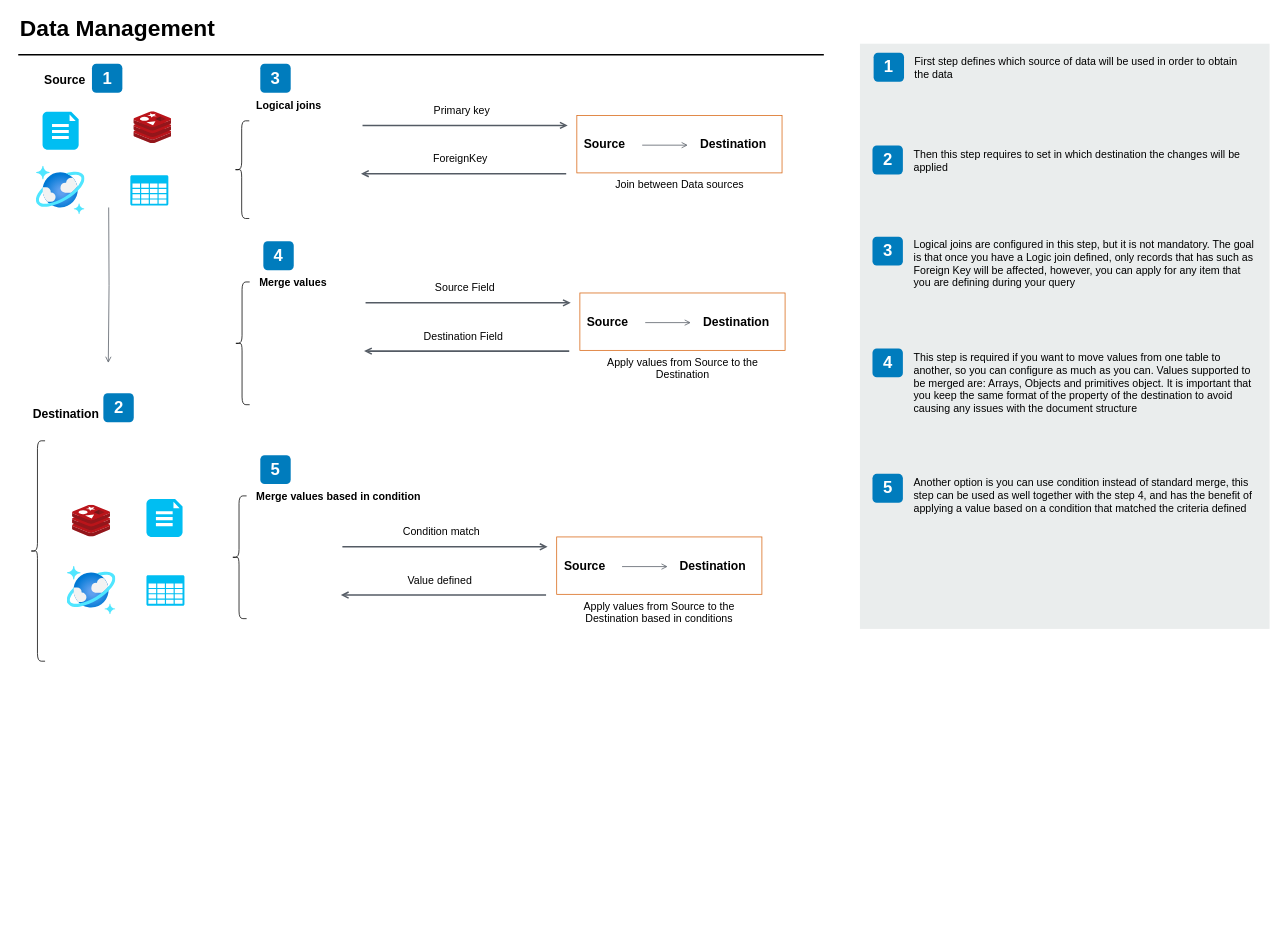
The draw.io diagram DataManagementDesign.drawio in AlexandreYembo/DataManager, before the edit. Source tidied: cells renumbered, new cells numbered last; positions are measured from the earlier drawing's top-left corner, leaving out a move shared by most shapes. Both pictures are drawn from the tidied source at 76%, with x=0, y=0 at pixel (17, 13).
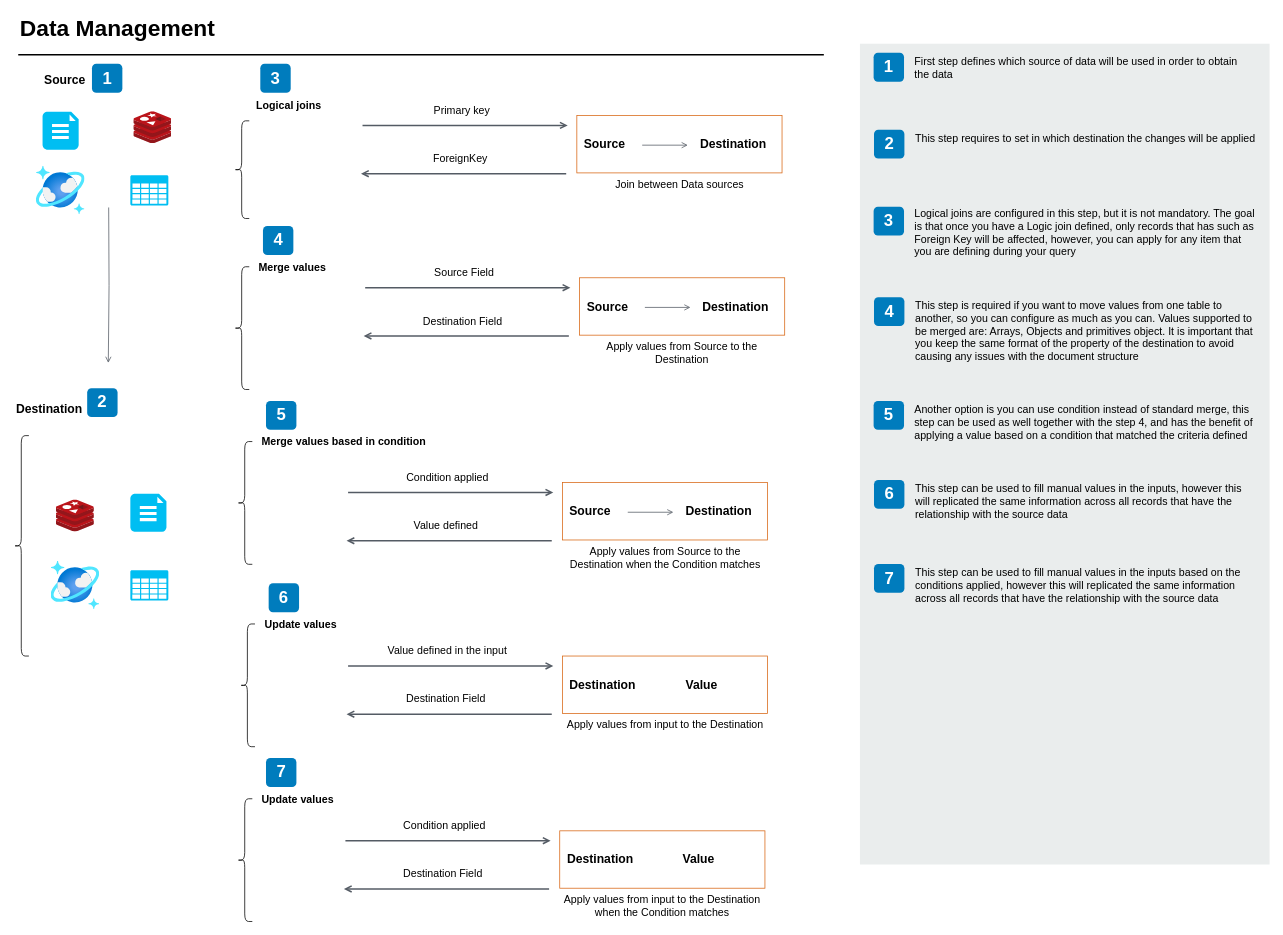
The same diagram, later.

Change to the diagram source:
```diff
@@
     <mxCell id="15" value="Destination" style="text;html=1;align=left;verticalAlign=top;spacingTop=-4;fontSize=16;fontStyle=1;" parent="1" vertex="1">
-      <mxGeometry x="17.5" y="515" width="110" height="30" as="geometry" />
+      <mxGeometry x="-3.8" y="508.2" width="110" height="30" as="geometry" />
     </mxCell>
     <mxCell id="16" style="shape=curlyBracket;whiteSpace=wrap;html=1;rounded=1;fontSize=14;" parent="1" vertex="1">
-      <mxGeometry x="15.8" y="562.5" width="20" height="290" as="geometry" />
+      <mxGeometry x="-5.5" y="555.7" width="20" height="290" as="geometry" />
     </mxCell>
@@
     <mxCell id="18" style="rounded=0;whiteSpace=wrap;html=1;fillColor=#EAEDED;fontSize=22;fontColor=#FFFFFF;strokeColor=none;labelBackgroundColor=none;" parent="1" vertex="1">
-      <mxGeometry x="1108" y="40" width="539" height="770" as="geometry" />
+      <mxGeometry x="1108" y="40" width="539" height="1080" as="geometry" />
     </mxCell>
@@
     <mxCell id="20" value="2" style="rounded=1;whiteSpace=wrap;html=1;fillColor=#007CBD;strokeColor=none;fontColor=#FFFFFF;fontStyle=1;fontSize=22;labelBackgroundColor=none;" parent="1" vertex="1">
-      <mxGeometry x="1124.5" y="174" width="40" height="38" as="geometry" />
+      <mxGeometry x="1126.5" y="153.2" width="40" height="38" as="geometry" />
     </mxCell>
     <mxCell id="21" value="3" style="rounded=1;whiteSpace=wrap;html=1;fillColor=#007CBD;strokeColor=none;fontColor=#FFFFFF;fontStyle=1;fontSize=22;labelBackgroundColor=none;" parent="1" vertex="1">
-      <mxGeometry x="1124.5" y="294" width="40" height="38" as="geometry" />
+      <mxGeometry x="1126" y="254.5" width="40" height="38" as="geometry" />
     </mxCell>
     <mxCell id="22" value="4" style="rounded=1;whiteSpace=wrap;html=1;fillColor=#007CBD;strokeColor=none;fontColor=#FFFFFF;fontStyle=1;fontSize=22;labelBackgroundColor=none;" parent="1" vertex="1">
-      <mxGeometry x="1124.5" y="441" width="40" height="38" as="geometry" />
+      <mxGeometry x="1126.5" y="373.5" width="40" height="38" as="geometry" />
     </mxCell>
@@
-    <mxCell id="24" value="&lt;span&gt;Then this step requires to set in which destination the changes will be applied&lt;/span&gt;" style="text;html=1;align=left;verticalAlign=top;spacingTop=-4;fontSize=14;labelBackgroundColor=none;whiteSpace=wrap;" parent="1" vertex="1">
-      <mxGeometry x="1176.5" y="174.5" width="450" height="34.5" as="geometry" />
+    <mxCell id="24" value="&lt;span&gt;This step requires to set in which destination the changes will be applied&lt;/span&gt;" style="text;html=1;align=left;verticalAlign=top;spacingTop=-4;fontSize=14;labelBackgroundColor=none;whiteSpace=wrap;" parent="1" vertex="1">
+      <mxGeometry x="1178.5" y="153.8" width="450" height="34.5" as="geometry" />
     </mxCell>
     <mxCell id="25" value="&lt;span&gt;Logical joins are configured in this step, but it is not mandatory. The goal is that once you have a Logic join defined, only records that has such as Foreign Key will be affected, however, you can apply for any item that you are defining during your query&lt;/span&gt;" style="text;html=1;align=left;verticalAlign=top;spacingTop=-4;fontSize=14;labelBackgroundColor=none;whiteSpace=wrap;" parent="1" vertex="1">
-      <mxGeometry x="1176.5" y="292.5" width="450" height="76.5" as="geometry" />
+      <mxGeometry x="1178" y="253" width="450" height="76.5" as="geometry" />
     </mxCell>
     <mxCell id="26" value="This step is required if you want to move values from one table to another, so you can configure as much as you can. Values supported to be merged are: Arrays, Objects and primitives object. It is important that you keep the same format of the property of the destination to avoid causing any issues with the document structure" style="text;html=1;align=left;verticalAlign=top;spacingTop=-4;fontSize=14;labelBackgroundColor=none;whiteSpace=wrap;" parent="1" vertex="1">
-      <mxGeometry x="1176.5" y="441.5" width="450" height="121" as="geometry" />
+      <mxGeometry x="1178.5" y="374" width="450" height="106" as="geometry" />
     </mxCell>
@@
     <mxCell id="31" style="verticalLabelPosition=bottom;html=1;verticalAlign=top;align=center;strokeColor=none;fillColor=#00BEF2;shape=mxgraph.azure.file_2;" parent="1" vertex="1">
-      <mxGeometry x="169.2" y="639" width="47.5" height="50" as="geometry" />
+      <mxGeometry x="148" y="632.2" width="47.5" height="50" as="geometry" />
     </mxCell>
     <mxCell id="32" style="image;html=1;align=center;fontSize=12;image=img/lib/azure2/databases/Azure_Cosmos_DB.svg;" parent="1" vertex="1">
-      <mxGeometry x="64.8" y="727.5" width="64" height="64" as="geometry" />
+      <mxGeometry x="43.5" y="720.7" width="64" height="64" as="geometry" />
     </mxCell>
     <mxCell id="33" style="verticalLabelPosition=bottom;html=1;verticalAlign=top;align=center;strokeColor=none;fillColor=#00BEF2;shape=mxgraph.azure.storage;" parent="1" vertex="1">
-      <mxGeometry x="169.2" y="739.5" width="50" height="40" as="geometry" />
+      <mxGeometry x="148" y="732.7" width="50" height="40" as="geometry" />
     </mxCell>
     <mxCell id="34" style="image;sketch=0;html=1;align=center;fontSize=12;image=img/lib/mscae/Cache_Redis_Product.svg;" parent="1" vertex="1">
-      <mxGeometry x="71.8" y="647" width="50" height="42" as="geometry" />
+      <mxGeometry x="50.5" y="640.2" width="50" height="42" as="geometry" />
     </mxCell>
     <mxCell id="35" value="2" style="rounded=1;whiteSpace=wrap;html=1;fillColor=#007CBD;strokeColor=none;fontColor=#FFFFFF;fontStyle=1;fontSize=22;" parent="1" vertex="1">
-      <mxGeometry x="112.5" y="500" width="40" height="38" as="geometry" />
+      <mxGeometry x="91.2" y="493.2" width="40" height="38" as="geometry" />
     </mxCell>
     <mxCell id="36" value="Apply values from Source to the Destination" style="whiteSpace=wrap;html=1;fillColor=none;fontSize=14;fontColor=#000000;dashed=0;fontStyle=0;align=center;verticalAlign=top;strokeColor=#D86613;gradientColor=none;spacingLeft=0;labelPosition=center;verticalLabelPosition=bottom;" parent="1" vertex="1">
-      <mxGeometry x="739.5" y="368" width="270" height="75.5" as="geometry" />
+      <mxGeometry x="739" y="348" width="270" height="75.5" as="geometry" />
     </mxCell>
@@
     <mxCell id="39" value="4" style="rounded=1;whiteSpace=wrap;html=1;fillColor=#007CBD;strokeColor=none;fontColor=#FFFFFF;fontStyle=1;fontSize=22;" parent="1" vertex="1">
-      <mxGeometry x="323" y="300" width="40" height="38" as="geometry" />
+      <mxGeometry x="322.5" y="280" width="40" height="38" as="geometry" />
     </mxCell>
     <mxCell id="40" value="&lt;span&gt;Merge values&lt;/span&gt;" style="text;html=1;align=left;verticalAlign=top;spacingTop=-4;fontSize=14;fontStyle=1;" parent="1" vertex="1">
-      <mxGeometry x="315.5" y="343" width="110" height="20" as="geometry" />
+      <mxGeometry x="315" y="323" width="110" height="20" as="geometry" />
     </mxCell>
     <mxCell id="41" style="shape=curlyBracket;whiteSpace=wrap;html=1;rounded=1;fontSize=14;" parent="1" vertex="1">
-      <mxGeometry x="285" y="353.5" width="20" height="161.5" as="geometry" />
+      <mxGeometry x="284.5" y="333.5" width="20" height="161.5" as="geometry" />
     </mxCell>
     <mxCell id="42" value="&lt;span&gt;Source Field&lt;/span&gt;" style="edgeStyle=orthogonalEdgeStyle;html=1;endArrow=open;elbow=vertical;startArrow=none;endFill=0;strokeColor=#545B64;rounded=0;fontSize=14;strokeWidth=2;" parent="1" edge="1">
       <mxGeometry x="-0.04" y="20" relative="1" as="geometry">
-        <mxPoint x="457.5" y="381" as="sourcePoint" />
-        <mxPoint x="727.5" y="381" as="targetPoint" />
+        <mxPoint x="457" y="361" as="sourcePoint" />
+        <mxPoint x="727" y="361" as="targetPoint" />
       </mxGeometry>
     </mxCell>
     <mxCell id="43" value="&lt;span&gt;Destination Field&lt;/span&gt;" style="edgeStyle=orthogonalEdgeStyle;html=1;endArrow=none;elbow=vertical;startArrow=open;endFill=0;strokeColor=#545B64;rounded=0;fontSize=14;strokeWidth=2;startFill=0;" parent="1" edge="1">
       <mxGeometry x="-0.04" y="20" relative="1" as="geometry">
-        <mxPoint x="455.5" y="444.5" as="sourcePoint" />
-        <mxPoint x="725.5" y="444.5" as="targetPoint" />
+        <mxPoint x="455" y="424.5" as="sourcePoint" />
+        <mxPoint x="725" y="424.5" as="targetPoint" />
       </mxGeometry>
     </mxCell>
     <mxCell id="44" style="edgeStyle=orthogonalEdgeStyle;html=1;endArrow=open;elbow=vertical;startArrow=none;endFill=0;strokeColor=#545B64;rounded=0;fontSize=14;" parent="1" edge="1">
       <mxGeometry relative="1" as="geometry">
-        <mxPoint x="825.5" y="407" as="sourcePoint" />
-        <mxPoint x="885.5" y="407" as="targetPoint" />
+        <mxPoint x="825" y="387" as="sourcePoint" />
+        <mxPoint x="885" y="387" as="targetPoint" />
       </mxGeometry>
     </mxCell>
-    <mxCell id="45" value="Apply values from Source to the Destination based in conditions" style="whiteSpace=wrap;html=1;fillColor=none;fontSize=14;fontColor=#000000;dashed=0;fontStyle=0;align=center;verticalAlign=top;strokeColor=#D86613;gradientColor=none;spacingLeft=0;labelPosition=center;verticalLabelPosition=bottom;" parent="1" vertex="1">
-      <mxGeometry x="709" y="689" width="270" height="75.5" as="geometry" />
+    <mxCell id="45" value="Apply values from Source to the Destination when the Condition matches" style="whiteSpace=wrap;html=1;fillColor=none;fontSize=14;fontColor=#000000;dashed=0;fontStyle=0;align=center;verticalAlign=top;strokeColor=#D86613;gradientColor=none;spacingLeft=0;labelPosition=center;verticalLabelPosition=bottom;" parent="1" vertex="1">
+      <mxGeometry x="716.5" y="617.5" width="270" height="75.5" as="geometry" />
     </mxCell>
@@
     <mxCell id="48" value="5" style="rounded=1;whiteSpace=wrap;html=1;fillColor=#007CBD;strokeColor=none;fontColor=#FFFFFF;fontStyle=1;fontSize=22;" parent="1" vertex="1">
-      <mxGeometry x="319" y="581.5" width="40" height="38" as="geometry" />
+      <mxGeometry x="326.5" y="510" width="40" height="38" as="geometry" />
     </mxCell>
     <mxCell id="49" value="&lt;span&gt;Merge values based in condition&lt;/span&gt;" style="text;html=1;align=left;verticalAlign=top;spacingTop=-4;fontSize=14;fontStyle=1;" parent="1" vertex="1">
-      <mxGeometry x="311.5" y="624.5" width="240" height="20" as="geometry" />
+      <mxGeometry x="319" y="553" width="240" height="20" as="geometry" />
     </mxCell>
     <mxCell id="50" style="shape=curlyBracket;whiteSpace=wrap;html=1;rounded=1;fontSize=14;" parent="1" vertex="1">
-      <mxGeometry x="281" y="635" width="20" height="161.5" as="geometry" />
+      <mxGeometry x="288.5" y="563.5" width="20" height="161.5" as="geometry" />
     </mxCell>
-    <mxCell id="51" value="Condition match" style="edgeStyle=orthogonalEdgeStyle;html=1;endArrow=open;elbow=vertical;startArrow=none;endFill=0;strokeColor=#545B64;rounded=0;fontSize=14;strokeWidth=2;" parent="1" edge="1">
+    <mxCell id="51" value="Condition applied" style="edgeStyle=orthogonalEdgeStyle;html=1;endArrow=open;elbow=vertical;startArrow=none;endFill=0;strokeColor=#545B64;rounded=0;fontSize=14;strokeWidth=2;" parent="1" edge="1">
       <mxGeometry x="-0.04" y="20" relative="1" as="geometry">
-        <mxPoint x="427" y="702" as="sourcePoint" />
-        <mxPoint x="697" y="702" as="targetPoint" />
+        <mxPoint x="434.5" y="630.5" as="sourcePoint" />
+        <mxPoint x="704.5" y="630.5" as="targetPoint" />
       </mxGeometry>
     </mxCell>
     <mxCell id="52" value="Value defined" style="edgeStyle=orthogonalEdgeStyle;html=1;endArrow=none;elbow=vertical;startArrow=open;endFill=0;strokeColor=#545B64;rounded=0;fontSize=14;strokeWidth=2;startFill=0;" parent="1" edge="1">
       <mxGeometry x="-0.04" y="20" relative="1" as="geometry">
-        <mxPoint x="425" y="765.5" as="sourcePoint" />
-        <mxPoint x="695" y="765.5" as="targetPoint" />
+        <mxPoint x="432.5" y="694" as="sourcePoint" />
+        <mxPoint x="702.5" y="694" as="targetPoint" />
       </mxGeometry>
     </mxCell>
     <mxCell id="53" style="edgeStyle=orthogonalEdgeStyle;html=1;endArrow=open;elbow=vertical;startArrow=none;endFill=0;strokeColor=#545B64;rounded=0;fontSize=14;" parent="1" edge="1">
       <mxGeometry relative="1" as="geometry">
-        <mxPoint x="795" y="728" as="sourcePoint" />
-        <mxPoint x="855" y="728" as="targetPoint" />
+        <mxPoint x="802.5" y="656.5" as="sourcePoint" />
+        <mxPoint x="862.5" y="656.5" as="targetPoint" />
       </mxGeometry>
     </mxCell>
     <mxCell id="54" value="5" style="rounded=1;whiteSpace=wrap;html=1;fillColor=#007CBD;strokeColor=none;fontColor=#FFFFFF;fontStyle=1;fontSize=22;labelBackgroundColor=none;" parent="1" vertex="1">
-      <mxGeometry x="1124.5" y="606" width="40" height="38" as="geometry" />
+      <mxGeometry x="1126" y="510" width="40" height="38" as="geometry" />
     </mxCell>
     <mxCell id="55" value="Another option is you can use condition instead of standard merge, this step can be used as well together with the step 4, and has the benefit of applying a value based on a condition that matched the criteria defined" style="text;html=1;align=left;verticalAlign=top;spacingTop=-4;fontSize=14;labelBackgroundColor=none;whiteSpace=wrap;" parent="1" vertex="1">
-      <mxGeometry x="1176.5" y="606.5" width="450" height="121" as="geometry" />
+      <mxGeometry x="1178" y="510.5" width="450" height="69.5" as="geometry" />
     </mxCell>
+    <mxCell id="56" value="6" style="rounded=1;whiteSpace=wrap;html=1;fillColor=#007CBD;strokeColor=none;fontColor=#FFFFFF;fontStyle=1;fontSize=22;" parent="1" vertex="1">
+      <mxGeometry x="330" y="750" width="40" height="38" as="geometry" />
+    </mxCell>
+    <mxCell id="57" value="&lt;span&gt;Update values&lt;/span&gt;" style="text;html=1;align=left;verticalAlign=top;spacingTop=-4;fontSize=14;fontStyle=1;" parent="1" vertex="1">
+      <mxGeometry x="322.5" y="793" width="120" height="20" as="geometry" />
+    </mxCell>
+    <mxCell id="58" style="shape=curlyBracket;whiteSpace=wrap;html=1;rounded=1;fontSize=14;" parent="1" vertex="1">
+      <mxGeometry x="292" y="803.5" width="20" height="161.5" as="geometry" />
+    </mxCell>
+    <mxCell id="59" value="Apply values from input to the Destination" style="whiteSpace=wrap;html=1;fillColor=none;fontSize=14;fontColor=#000000;dashed=0;fontStyle=0;align=center;verticalAlign=top;strokeColor=#D86613;gradientColor=none;spacingLeft=0;labelPosition=center;verticalLabelPosition=bottom;" parent="1" vertex="1">
+      <mxGeometry x="716.5" y="845.7" width="270" height="75.5" as="geometry" />
+    </mxCell>
+    <mxCell id="60" value="Destination" style="text;html=1;align=left;verticalAlign=top;spacingTop=-4;fontSize=16;fontStyle=1;" parent="59" vertex="1">
+      <mxGeometry x="7.5" y="25.5" width="110" height="30" as="geometry" />
+    </mxCell>
+    <mxCell id="61" value="Value" style="text;html=1;align=left;verticalAlign=top;spacingTop=-4;fontSize=16;fontStyle=1;" parent="59" vertex="1">
+      <mxGeometry x="160" y="25.5" width="70" height="30" as="geometry" />
+    </mxCell>
+    <mxCell id="62" value="&lt;span&gt;Value defined in the input&lt;/span&gt;" style="edgeStyle=orthogonalEdgeStyle;html=1;endArrow=open;elbow=vertical;startArrow=none;endFill=0;strokeColor=#545B64;rounded=0;fontSize=14;strokeWidth=2;" parent="1" edge="1">
+      <mxGeometry x="-0.04" y="20" relative="1" as="geometry">
+        <mxPoint x="434.5" y="858.7" as="sourcePoint" />
+        <mxPoint x="704.5" y="858.7" as="targetPoint" />
+      </mxGeometry>
+    </mxCell>
+    <mxCell id="63" value="&lt;span&gt;Destination Field&lt;/span&gt;" style="edgeStyle=orthogonalEdgeStyle;html=1;endArrow=none;elbow=vertical;startArrow=open;endFill=0;strokeColor=#545B64;rounded=0;fontSize=14;strokeWidth=2;startFill=0;" parent="1" edge="1">
+      <mxGeometry x="-0.04" y="20" relative="1" as="geometry">
+        <mxPoint x="432.5" y="922.2" as="sourcePoint" />
+        <mxPoint x="702.5" y="922.2" as="targetPoint" />
+      </mxGeometry>
+    </mxCell>
+    <mxCell id="64" value="7" style="rounded=1;whiteSpace=wrap;html=1;fillColor=#007CBD;strokeColor=none;fontColor=#FFFFFF;fontStyle=1;fontSize=22;" parent="1" vertex="1">
+      <mxGeometry x="326.5" y="980" width="40" height="38" as="geometry" />
+    </mxCell>
+    <mxCell id="65" value="&lt;span&gt;Update values&lt;/span&gt;" style="text;html=1;align=left;verticalAlign=top;spacingTop=-4;fontSize=14;fontStyle=1;" parent="1" vertex="1">
+      <mxGeometry x="319" y="1023" width="120" height="20" as="geometry" />
+    </mxCell>
+    <mxCell id="66" style="shape=curlyBracket;whiteSpace=wrap;html=1;rounded=1;fontSize=14;" parent="1" vertex="1">
+      <mxGeometry x="288.5" y="1033.5" width="20" height="161.5" as="geometry" />
+    </mxCell>
+    <mxCell id="67" value="Apply values from input to the Destination when the Condition matches" style="whiteSpace=wrap;html=1;fillColor=none;fontSize=14;fontColor=#000000;dashed=0;fontStyle=0;align=center;verticalAlign=top;strokeColor=#D86613;gradientColor=none;spacingLeft=0;labelPosition=center;verticalLabelPosition=bottom;" parent="1" vertex="1">
+      <mxGeometry x="713" y="1075.7" width="270" height="75.5" as="geometry" />
+    </mxCell>
+    <mxCell id="68" value="Destination" style="text;html=1;align=left;verticalAlign=top;spacingTop=-4;fontSize=16;fontStyle=1;" parent="67" vertex="1">
+      <mxGeometry x="7.5" y="25.5" width="110" height="30" as="geometry" />
+    </mxCell>
+    <mxCell id="69" value="Value" style="text;html=1;align=left;verticalAlign=top;spacingTop=-4;fontSize=16;fontStyle=1;" parent="67" vertex="1">
+      <mxGeometry x="160" y="25.5" width="70" height="30" as="geometry" />
+    </mxCell>
+    <mxCell id="70" value="Condition applied" style="edgeStyle=orthogonalEdgeStyle;html=1;endArrow=open;elbow=vertical;startArrow=none;endFill=0;strokeColor=#545B64;rounded=0;fontSize=14;strokeWidth=2;" parent="1" edge="1">
+      <mxGeometry x="-0.04" y="20" relative="1" as="geometry">
+        <mxPoint x="431" y="1088.7" as="sourcePoint" />
+        <mxPoint x="701" y="1088.7" as="targetPoint" />
+      </mxGeometry>
+    </mxCell>
+    <mxCell id="71" value="&lt;span&gt;Destination Field&lt;/span&gt;" style="edgeStyle=orthogonalEdgeStyle;html=1;endArrow=none;elbow=vertical;startArrow=open;endFill=0;strokeColor=#545B64;rounded=0;fontSize=14;strokeWidth=2;startFill=0;" parent="1" edge="1">
+      <mxGeometry x="-0.04" y="20" relative="1" as="geometry">
+        <mxPoint x="429" y="1152.2" as="sourcePoint" />
+        <mxPoint x="699" y="1152.2" as="targetPoint" />
+      </mxGeometry>
+    </mxCell>
+    <mxCell id="72" value="6" style="rounded=1;whiteSpace=wrap;html=1;fillColor=#007CBD;strokeColor=none;fontColor=#FFFFFF;fontStyle=1;fontSize=22;labelBackgroundColor=none;" parent="1" vertex="1">
+      <mxGeometry x="1126.5" y="614" width="40" height="38" as="geometry" />
+    </mxCell>
+    <mxCell id="73" value="This step can be used to fill manual values in the inputs, however this will replicated the same information across all records that have the relationship with the source data" style="text;html=1;align=left;verticalAlign=top;spacingTop=-4;fontSize=14;labelBackgroundColor=none;whiteSpace=wrap;" parent="1" vertex="1">
+      <mxGeometry x="1178.5" y="614.5" width="450" height="69.5" as="geometry" />
+    </mxCell>
+    <mxCell id="74" value="7" style="rounded=1;whiteSpace=wrap;html=1;fillColor=#007CBD;strokeColor=none;fontColor=#FFFFFF;fontStyle=1;fontSize=22;labelBackgroundColor=none;" parent="1" vertex="1">
+      <mxGeometry x="1126.5" y="724.5" width="40" height="38" as="geometry" />
+    </mxCell>
+    <mxCell id="75" value="This step can be used to fill manual values in the inputs based on the conditions applied, however this will replicated the same information across all records that have the relationship with the source data" style="text;html=1;align=left;verticalAlign=top;spacingTop=-4;fontSize=14;labelBackgroundColor=none;whiteSpace=wrap;" parent="1" vertex="1">
+      <mxGeometry x="1178.5" y="725" width="450" height="69.5" as="geometry" />
+    </mxCell>
```
